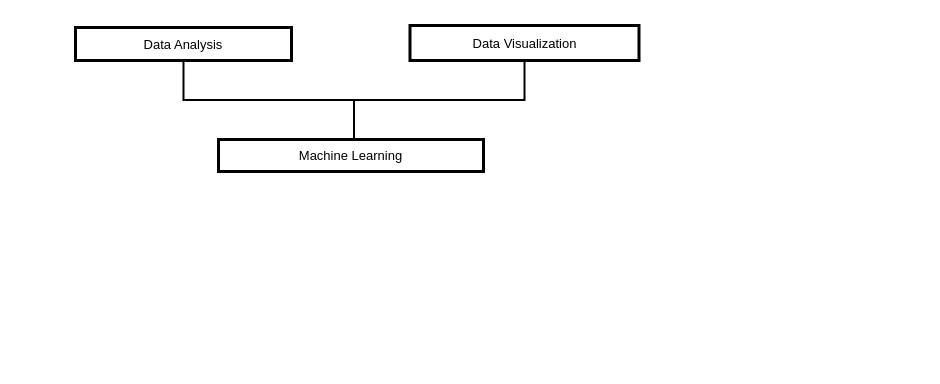
The draw.io diagram Untitled Diagram.drawio in mohammadnazeeruddin/Nazeeruddin-Articles-, before the edit. Source tidied: cells renumbered, new cells numbered last; positions are measured from the earlier drawing's top-left corner, leaving out a move shared by most shapes. Both pictures are drawn from the tidied source at 100%, with x=0, y=0 at pixel (75, 25).
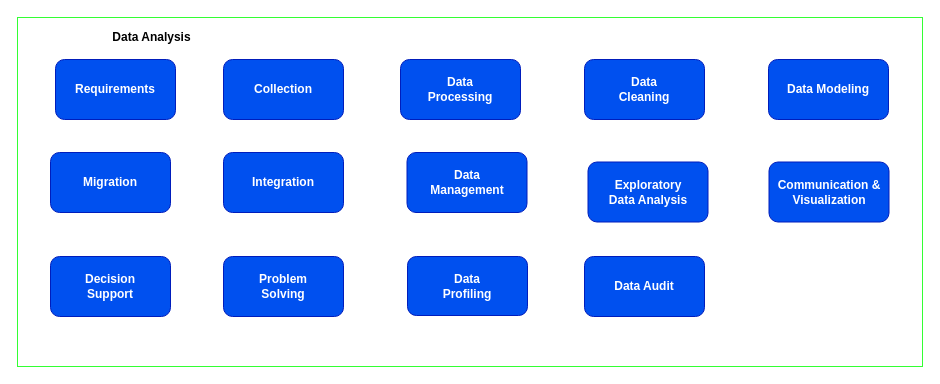
After the change.

What changed in the source:
```diff
@@
 <mxGraphModel>
   <root>
     <mxCell id="0" />
     <mxCell id="1" parent="0" />
-    <mxCell id="2" style="strokeWidth=2;html=1;shape=mxgraph.flowchart.annotation_2;align=left;labelBackgroundColor=none;fillColor=#ffffff;gradientColor=none;fontSize=13;fontColor=#000000;direction=north;" parent="1" vertex="1">
-      <mxGeometry x="108" y="35" width="341" height="79" as="geometry" />
-    </mxCell>
+    <mxCell id="6" style="rounded=0;whiteSpace=wrap;html=1;fillColor=#ffffff;strokeColor=#33FF33;" parent="1" vertex="1">
+      <mxGeometry x="-58" y="-8" width="905" height="349" as="geometry" />
+    </mxCell>
+    <mxCell id="7" value="&lt;b&gt;Collection&lt;/b&gt;" style="rounded=1;whiteSpace=wrap;html=1;fillColor=#0050ef;strokeColor=#001DBC;fontColor=#ffffff;" parent="1" vertex="1">
+      <mxGeometry x="148" y="34" width="120" height="60" as="geometry" />
+    </mxCell>
+    <mxCell id="8" value="&lt;b&gt;Requirements&lt;/b&gt;" style="rounded=1;whiteSpace=wrap;html=1;fillColor=#0050ef;strokeColor=#001DBC;fontColor=#ffffff;" parent="1" vertex="1">
+      <mxGeometry x="-20" y="34" width="120" height="60" as="geometry" />
+    </mxCell>
+    <mxCell id="9" value="&lt;b&gt;Data&lt;br&gt;Processing&lt;/b&gt;" style="rounded=1;whiteSpace=wrap;html=1;fillColor=#0050ef;strokeColor=#001DBC;fontColor=#ffffff;" parent="1" vertex="1">
+      <mxGeometry x="325" y="34" width="120" height="60" as="geometry" />
+    </mxCell>
+    <mxCell id="10" value="&lt;b&gt;Data&lt;br&gt;Cleaning&lt;/b&gt;" style="rounded=1;whiteSpace=wrap;html=1;fillColor=#0050ef;strokeColor=#001DBC;fontColor=#ffffff;" parent="1" vertex="1">
+      <mxGeometry x="509" y="34" width="120" height="60" as="geometry" />
+    </mxCell>
+    <mxCell id="11" value="&lt;b&gt;Data Modeling&lt;/b&gt;" style="rounded=1;whiteSpace=wrap;html=1;fillColor=#0050ef;strokeColor=#001DBC;fontColor=#ffffff;" parent="1" vertex="1">
+      <mxGeometry x="693" y="34" width="120" height="60" as="geometry" />
+    </mxCell>
+    <mxCell id="12" value="&lt;b&gt;Migration&lt;/b&gt;" style="rounded=1;whiteSpace=wrap;html=1;fillColor=#0050ef;strokeColor=#001DBC;fontColor=#ffffff;" parent="1" vertex="1">
+      <mxGeometry x="-25" y="127" width="120" height="60" as="geometry" />
+    </mxCell>
+    <mxCell id="13" value="&lt;b&gt;Integration&lt;/b&gt;" style="rounded=1;whiteSpace=wrap;html=1;fillColor=#0050ef;strokeColor=#001DBC;fontColor=#ffffff;" parent="1" vertex="1">
+      <mxGeometry x="148" y="127" width="120" height="60" as="geometry" />
+    </mxCell>
+    <mxCell id="14" value="&lt;b&gt;Data&lt;br&gt;Management&lt;/b&gt;" style="rounded=1;whiteSpace=wrap;html=1;fillColor=#0050ef;strokeColor=#001DBC;fontColor=#ffffff;" parent="1" vertex="1">
+      <mxGeometry x="331.5" y="127" width="120" height="60" as="geometry" />
+    </mxCell>
+    <mxCell id="15" value="&lt;b&gt;Exploratory&lt;br&gt;Data Analysis&lt;/b&gt;" style="rounded=1;whiteSpace=wrap;html=1;fillColor=#0050ef;strokeColor=#001DBC;fontColor=#ffffff;" parent="1" vertex="1">
+      <mxGeometry x="512.5" y="136.5" width="120" height="60" as="geometry" />
+    </mxCell>
+    <mxCell id="16" value="&lt;b&gt;Communication &amp;amp;&lt;br&gt;Visualization&lt;/b&gt;" style="rounded=1;whiteSpace=wrap;html=1;fillColor=#0050ef;strokeColor=#001DBC;fontColor=#ffffff;" parent="1" vertex="1">
+      <mxGeometry x="693.5" y="136.5" width="120" height="60" as="geometry" />
+    </mxCell>
+    <mxCell id="17" value="&lt;b&gt;Decision&lt;br&gt;Support&lt;/b&gt;" style="rounded=1;whiteSpace=wrap;html=1;fillColor=#0050ef;strokeColor=#001DBC;fontColor=#ffffff;" parent="1" vertex="1">
+      <mxGeometry x="-25" y="231" width="120" height="60" as="geometry" />
+    </mxCell>
+    <mxCell id="18" value="&lt;b&gt;Data&lt;br&gt;Profiling&lt;/b&gt;" style="rounded=1;whiteSpace=wrap;html=1;fillColor=#0050ef;strokeColor=#001DBC;fontColor=#ffffff;" parent="1" vertex="1">
+      <mxGeometry x="332" y="231" width="120" height="59" as="geometry" />
+    </mxCell>
+    <mxCell id="19" value="&lt;b&gt;Problem&lt;/b&gt;&lt;br&gt;&lt;b&gt;Solving&lt;/b&gt;" style="rounded=1;whiteSpace=wrap;html=1;fillColor=#0050ef;strokeColor=#001DBC;fontColor=#ffffff;" parent="1" vertex="1">
+      <mxGeometry x="148" y="231" width="120" height="60" as="geometry" />
+    </mxCell>
+    <mxCell id="20" value="&lt;b&gt;Data Audit&lt;/b&gt;" style="rounded=1;whiteSpace=wrap;html=1;fillColor=#0050ef;strokeColor=#001DBC;fontColor=#ffffff;" parent="1" vertex="1">
+      <mxGeometry x="509" y="231" width="120" height="60" as="geometry" />
+    </mxCell>
-    <mxCell id="3" value="Data Analysis" style="rounded=0;whiteSpace=wrap;html=1;labelBackgroundColor=none;strokeColor=#000000;strokeWidth=3;fillColor=#ffffff;gradientColor=none;fontSize=13;fontColor=#000000;align=center;" parent="1" vertex="1">
-      <mxGeometry y="2" width="216" height="33" as="geometry" />
+    <mxCell id="3" value="&lt;b&gt;Data Analysis&lt;/b&gt;" style="text;html=1;strokeColor=none;fillColor=none;align=center;verticalAlign=middle;whiteSpace=wrap;rounded=0;" parent="1" vertex="1">
+      <mxGeometry y="2" width="153" height="20" as="geometry" />
     </mxCell>
-    <mxCell id="4" value="Data Visualization" style="rounded=0;whiteSpace=wrap;html=1;labelBackgroundColor=none;strokeColor=#000000;strokeWidth=3;fillColor=#ffffff;gradientColor=none;fontSize=13;fontColor=#000000;align=center;" parent="1" vertex="1">
-      <mxGeometry x="334.5" width="229" height="35" as="geometry" />
-    </mxCell>
-    <mxCell id="5" value="Machine Learning" style="rounded=0;whiteSpace=wrap;html=1;labelBackgroundColor=none;strokeColor=#000000;strokeWidth=3;fillColor=#ffffff;gradientColor=none;fontSize=13;fontColor=#000000;align=center;" parent="1" vertex="1">
-      <mxGeometry x="143" y="114" width="265" height="32" as="geometry" />
-    </mxCell>
   </root>
 </mxGraphModel>
```
